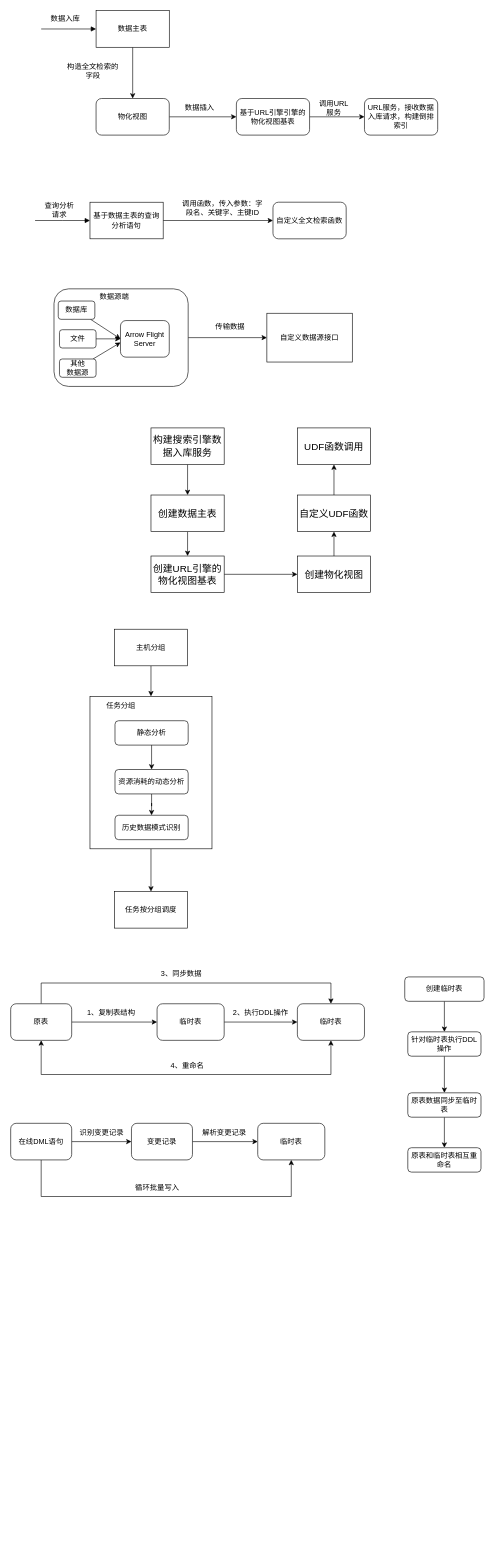
Before: page "第 3 页" (3 of 4) of dame2024/zl.drawio in zcw5116/drawIO, a draw.io diagram. Source tidied: cells renumbered, new cells numbered last; positions are measured from the earlier drawing's top-left corner, leaving out a move shared by most shapes. Both pictures are drawn from the tidied source at 61%, with x=0, y=0 at pixel (10, 10).
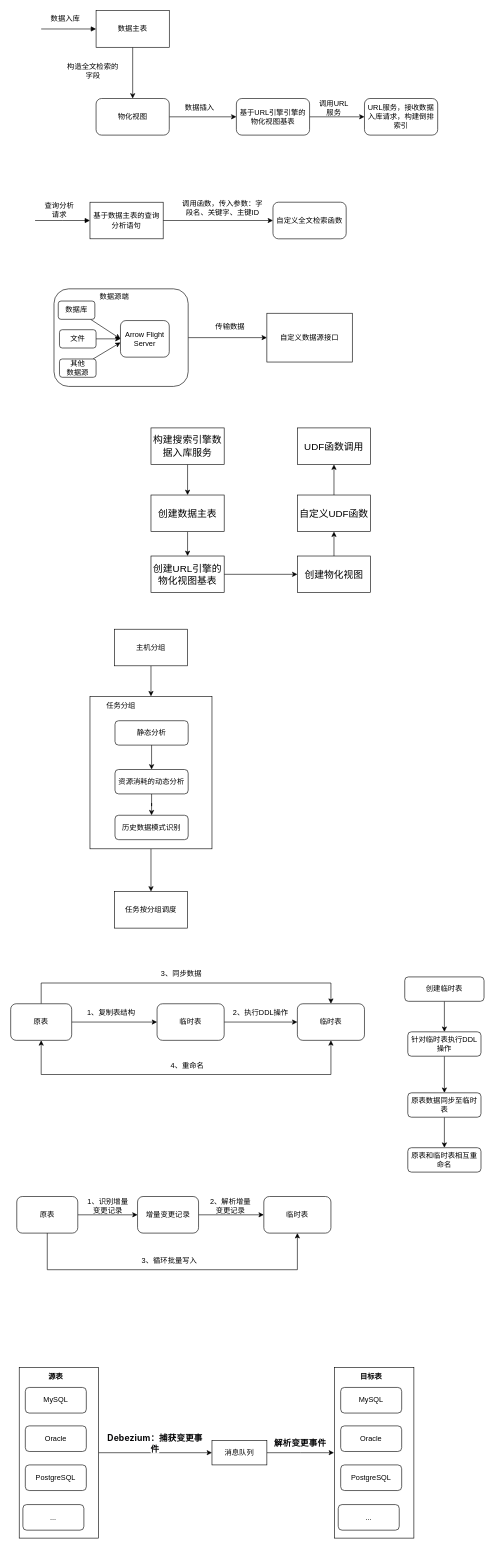
After the change.

The edit, as a diff of the source:
```diff
@@
+    <mxCell id="81" style="edgeStyle=orthogonalEdgeStyle;rounded=0;jettySize=auto;html=1;entryX=0;entryY=0.5;entryDx=0;entryDy=0;" parent="1" edge="1" source="82" target="85">
+      <mxGeometry relative="1" as="geometry" />
+    </mxCell>
+    <mxCell id="82" style="rounded=0;whiteSpace=wrap;html=1;" parent="1" vertex="1">
+      <mxGeometry x="14" y="2224" width="130" height="280" as="geometry" />
+    </mxCell>
@@
     <mxCell id="55" style="edgeStyle=orthogonalEdgeStyle;rounded=0;jettySize=auto;html=1;entryX=0.5;entryY=1;entryDx=0;entryDy=0;exitX=0.5;exitY=1;exitDx=0;exitDy=0;" parent="1" edge="1" source="56" target="57">
       <mxGeometry relative="1" as="geometry">
         <Array as="points">
-          <mxPoint x="50" y="1944" />
-          <mxPoint x="460" y="1944" />
+          <mxPoint x="60" y="2064" />
+          <mxPoint x="470" y="2064" />
         </Array>
       </mxGeometry>
     </mxCell>
-    <mxCell id="56" value="在线DML语句" style="rounded=1;whiteSpace=wrap;html=1;" parent="1" vertex="1">
-      <mxGeometry y="1824" width="100" height="60" as="geometry" />
+    <mxCell id="56" value="原表" style="rounded=1;whiteSpace=wrap;html=1;" parent="1" vertex="1">
+      <mxGeometry x="10" y="1944" width="100" height="60" as="geometry" />
     </mxCell>
     <mxCell id="57" value="临时表" style="rounded=1;whiteSpace=wrap;html=1;" parent="1" vertex="1">
-      <mxGeometry x="405" y="1824" width="110" height="60" as="geometry" />
+      <mxGeometry x="415" y="1944" width="110" height="60" as="geometry" />
     </mxCell>
@@
-    <mxCell id="59" value="变更记录" style="rounded=1;whiteSpace=wrap;html=1;" parent="1" vertex="1">
-      <mxGeometry x="198" y="1824" width="100" height="60" as="geometry" />
+    <mxCell id="59" value="增量变更记录" style="rounded=1;whiteSpace=wrap;html=1;" parent="1" vertex="1">
+      <mxGeometry x="208" y="1944" width="100" height="60" as="geometry" />
     </mxCell>
-    <mxCell id="60" value="循环批量写入" style="text;html=1;align=center;verticalAlign=middle;whiteSpace=wrap;rounded=0;" parent="1" vertex="1">
-      <mxGeometry x="201" y="1914" width="79" height="30" as="geometry" />
+    <mxCell id="60" value="3、循环批量写入" style="text;html=1;align=center;verticalAlign=middle;whiteSpace=wrap;rounded=0;" parent="1" vertex="1">
+      <mxGeometry x="211" y="2034" width="99" height="30" as="geometry" />
     </mxCell>
-    <mxCell id="61" value="识别变更记录" style="text;html=1;align=center;verticalAlign=middle;whiteSpace=wrap;rounded=0;" parent="1" vertex="1">
-      <mxGeometry x="110" y="1824" width="79" height="30" as="geometry" />
+    <mxCell id="61" value="1、识别增量变更记录" style="text;html=1;align=center;verticalAlign=middle;whiteSpace=wrap;rounded=0;" parent="1" vertex="1">
+      <mxGeometry x="120" y="1944" width="79" height="30" as="geometry" />
     </mxCell>
-    <mxCell id="62" value="解析变更记录" style="text;html=1;align=center;verticalAlign=middle;whiteSpace=wrap;rounded=0;" parent="1" vertex="1">
-      <mxGeometry x="311" y="1824" width="79" height="30" as="geometry" />
+    <mxCell id="62" value="2、解析增量变更记录" style="text;html=1;align=center;verticalAlign=middle;whiteSpace=wrap;rounded=0;" parent="1" vertex="1">
+      <mxGeometry x="321" y="1944" width="79" height="30" as="geometry" />
     </mxCell>
@@
+    <mxCell id="83" value="MySQL" style="rounded=1;whiteSpace=wrap;html=1;" parent="1" vertex="1">
+      <mxGeometry x="24" y="2257" width="100" height="42" as="geometry" />
+    </mxCell>
+    <mxCell id="84" style="edgeStyle=orthogonalEdgeStyle;rounded=0;jettySize=auto;html=1;entryX=0;entryY=0.5;entryDx=0;entryDy=0;" parent="1" edge="1" source="85">
+      <mxGeometry relative="1" as="geometry">
+        <mxPoint x="530" y="2364" as="targetPoint" />
+      </mxGeometry>
+    </mxCell>
+    <mxCell id="85" value="消息队列" style="rounded=0;whiteSpace=wrap;html=1;" parent="1" vertex="1">
+      <mxGeometry x="330" y="2344" width="90" height="40" as="geometry" />
+    </mxCell>
+    <mxCell id="86" value="源表" style="text;html=1;align=center;verticalAlign=middle;whiteSpace=wrap;rounded=0;fontStyle=1;" parent="1" vertex="1">
+      <mxGeometry x="44" y="2224" width="60" height="30" as="geometry" />
+    </mxCell>
+    <mxCell id="87" value="Oracle" style="rounded=1;whiteSpace=wrap;html=1;" parent="1" vertex="1">
+      <mxGeometry x="24" y="2320" width="100" height="42" as="geometry" />
+    </mxCell>
+    <mxCell id="88" value="PostgreSQL" style="rounded=1;whiteSpace=wrap;html=1;" parent="1" vertex="1">
+      <mxGeometry x="24" y="2384" width="100" height="42" as="geometry" />
+    </mxCell>
+    <mxCell id="89" value="..." style="rounded=1;whiteSpace=wrap;html=1;" parent="1" vertex="1">
+      <mxGeometry x="20" y="2449" width="100" height="42" as="geometry" />
+    </mxCell>
+    <mxCell id="90" style="rounded=0;whiteSpace=wrap;html=1;" parent="1" vertex="1">
+      <mxGeometry x="531" y="2224" width="130" height="280" as="geometry" />
+    </mxCell>
+    <mxCell id="91" value="MySQL" style="rounded=1;whiteSpace=wrap;html=1;" parent="1" vertex="1">
+      <mxGeometry x="541" y="2257" width="100" height="42" as="geometry" />
+    </mxCell>
+    <mxCell id="92" value="目标表" style="text;html=1;align=center;verticalAlign=middle;whiteSpace=wrap;rounded=0;fontStyle=1;" parent="1" vertex="1">
+      <mxGeometry x="561" y="2224" width="60" height="30" as="geometry" />
+    </mxCell>
+    <mxCell id="93" value="Oracle" style="rounded=1;whiteSpace=wrap;html=1;" parent="1" vertex="1">
+      <mxGeometry x="541" y="2320" width="100" height="42" as="geometry" />
+    </mxCell>
+    <mxCell id="94" value="PostgreSQL" style="rounded=1;whiteSpace=wrap;html=1;" parent="1" vertex="1">
+      <mxGeometry x="541" y="2384" width="100" height="42" as="geometry" />
+    </mxCell>
+    <mxCell id="95" value="..." style="rounded=1;whiteSpace=wrap;html=1;" parent="1" vertex="1">
+      <mxGeometry x="537" y="2449" width="100" height="42" as="geometry" />
+    </mxCell>
+    <mxCell id="96" value="&lt;span style=&quot;box-sizing: inherit; font-weight: 700; color: rgb(6, 6, 7); font-family: -apple-system, blinkmacsystemfont, &amp;quot;Helvetica Neue&amp;quot;, helvetica, &amp;quot;segoe ui&amp;quot;, arial, roboto, &amp;quot;PingFang SC&amp;quot;, miui, &amp;quot;Hiragino Sans GB&amp;quot;, &amp;quot;Microsoft Yahei&amp;quot;, sans-serif; font-size: 14px; letter-spacing: 0.25px; text-align: left; white-space-collapse: preserve; background-color: rgb(255, 255, 255);&quot;&gt;Debezium：捕获变更事件&lt;/span&gt;" style="text;html=1;align=center;verticalAlign=middle;whiteSpace=wrap;rounded=0;" parent="1" vertex="1">
+      <mxGeometry x="152" y="2334" width="170" height="30" as="geometry" />
+    </mxCell>
+    <mxCell id="97" value="&lt;span style=&quot;box-sizing: inherit; font-weight: 700; color: rgb(6, 6, 7); font-family: -apple-system, blinkmacsystemfont, &amp;quot;Helvetica Neue&amp;quot;, helvetica, &amp;quot;segoe ui&amp;quot;, arial, roboto, &amp;quot;PingFang SC&amp;quot;, miui, &amp;quot;Hiragino Sans GB&amp;quot;, &amp;quot;Microsoft Yahei&amp;quot;, sans-serif; font-size: 14px; letter-spacing: 0.25px; text-align: left; white-space-collapse: preserve; background-color: rgb(255, 255, 255);&quot;&gt;解析变更事件&lt;/span&gt;" style="text;html=1;align=center;verticalAlign=middle;whiteSpace=wrap;rounded=0;" parent="1" vertex="1">
+      <mxGeometry x="430" y="2334" width="90" height="30" as="geometry" />
+    </mxCell>
```
